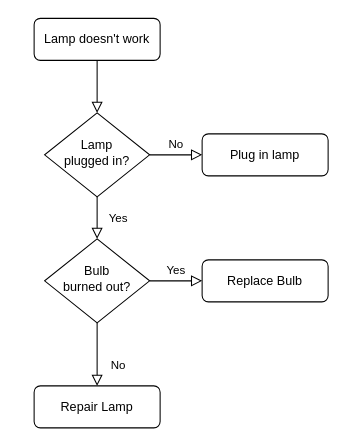
Above: Untitled Diagram.drawio in natafesenko/myroadtodevops (draw.io), before the change. Source tidied: cells renumbered, new cells numbered last; positions are measured from the earlier drawing's top-left corner, leaving out a move shared by most shapes. Both pictures are drawn from the tidied source at 105%, with x=0, y=0 at pixel (34, 18).
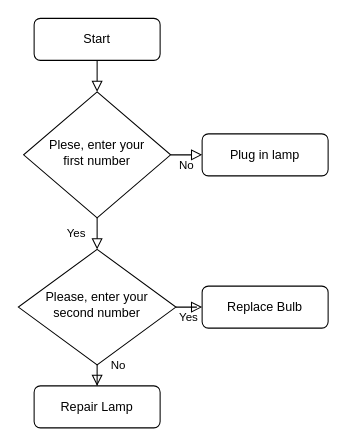
Above is the later version.

The edit, as a diff of the source:
```diff
@@
 <mxGraphModel>
   <root>
     <mxCell id="0" />
     <mxCell id="1" parent="0" />
     <mxCell id="2" style="rounded=0;html=1;jettySize=auto;fontSize=11;endArrow=block;endFill=0;endSize=8;strokeWidth=1;shadow=0;labelBackgroundColor=none;edgeStyle=orthogonalEdgeStyle;" parent="1" edge="1" source="3" target="6">
       <mxGeometry relative="1" as="geometry" />
     </mxCell>
-    <mxCell id="3" value="Lamp doesn't work" style="rounded=1;whiteSpace=wrap;html=1;fontSize=12;glass=0;strokeWidth=1;shadow=0;" parent="1" vertex="1">
+    <mxCell id="3" value="Start" style="rounded=1;whiteSpace=wrap;html=1;fontSize=12;glass=0;strokeWidth=1;shadow=0;" parent="1" vertex="1">
       <mxGeometry width="120" height="40" as="geometry" />
     </mxCell>
     <mxCell id="4" value="Yes" style="rounded=0;html=1;jettySize=auto;fontSize=11;endArrow=block;endFill=0;endSize=8;strokeWidth=1;shadow=0;labelBackgroundColor=none;edgeStyle=orthogonalEdgeStyle;" parent="1" edge="1" source="6" target="10">
       <mxGeometry y="20" relative="1" as="geometry" />
     </mxCell>
     <mxCell id="5" value="No" style="edgeStyle=orthogonalEdgeStyle;rounded=0;html=1;jettySize=auto;fontSize=11;endArrow=block;endFill=0;endSize=8;strokeWidth=1;shadow=0;labelBackgroundColor=none;" parent="1" edge="1" source="6" target="7">
       <mxGeometry y="10" relative="1" as="geometry" />
     </mxCell>
-    <mxCell id="6" value="Lamp&lt;br&gt;plugged in?" style="rhombus;whiteSpace=wrap;html=1;shadow=0;fontFamily=Helvetica;fontSize=12;align=center;strokeWidth=1;spacing=6;spacingTop=-4;" parent="1" vertex="1">
-      <mxGeometry x="10" y="90" width="100" height="80" as="geometry" />
+    <mxCell id="6" value="Plese, enter your &lt;br&gt;first number" style="rhombus;whiteSpace=wrap;html=1;shadow=0;fontFamily=Helvetica;fontSize=12;align=center;strokeWidth=1;spacing=6;spacingTop=-4;" parent="1" vertex="1">
+      <mxGeometry x="-10" y="70" width="140" height="120" as="geometry" />
     </mxCell>
     <mxCell id="7" value="Plug in lamp" style="rounded=1;whiteSpace=wrap;html=1;fontSize=12;glass=0;strokeWidth=1;shadow=0;" parent="1" vertex="1">
       <mxGeometry x="160" y="110" width="120" height="40" as="geometry" />
     </mxCell>
     <mxCell id="8" value="No" style="rounded=0;html=1;jettySize=auto;fontSize=11;endArrow=block;endFill=0;endSize=8;strokeWidth=1;shadow=0;labelBackgroundColor=none;edgeStyle=orthogonalEdgeStyle;" parent="1" edge="1" source="10" target="11">
       <mxGeometry x="0.33" y="20" relative="1" as="geometry" />
     </mxCell>
     <mxCell id="9" value="Yes" style="edgeStyle=orthogonalEdgeStyle;rounded=0;html=1;jettySize=auto;fontSize=11;endArrow=block;endFill=0;endSize=8;strokeWidth=1;shadow=0;labelBackgroundColor=none;" parent="1" edge="1" source="10" target="12">
       <mxGeometry y="10" relative="1" as="geometry" />
     </mxCell>
-    <mxCell id="10" value="Bulb&lt;br&gt;burned out?" style="rhombus;whiteSpace=wrap;html=1;shadow=0;fontFamily=Helvetica;fontSize=12;align=center;strokeWidth=1;spacing=6;spacingTop=-4;" parent="1" vertex="1">
-      <mxGeometry x="10" y="210" width="100" height="80" as="geometry" />
+    <mxCell id="10" value="Please, enter your &lt;br&gt;second number" style="rhombus;whiteSpace=wrap;html=1;shadow=0;fontFamily=Helvetica;fontSize=12;align=center;strokeWidth=1;spacing=6;spacingTop=-4;" parent="1" vertex="1">
+      <mxGeometry x="-15" y="220" width="150" height="110" as="geometry" />
     </mxCell>
     <mxCell id="11" value="Repair Lamp" style="rounded=1;whiteSpace=wrap;html=1;fontSize=12;glass=0;strokeWidth=1;shadow=0;" parent="1" vertex="1">
       <mxGeometry y="350" width="120" height="40" as="geometry" />
     </mxCell>
     <mxCell id="12" value="Replace Bulb" style="rounded=1;whiteSpace=wrap;html=1;fontSize=12;glass=0;strokeWidth=1;shadow=0;" parent="1" vertex="1">
-      <mxGeometry x="160" y="230" width="120" height="40" as="geometry" />
+      <mxGeometry x="160" y="255" width="120" height="40" as="geometry" />
     </mxCell>
   </root>
 </mxGraphModel>
```
